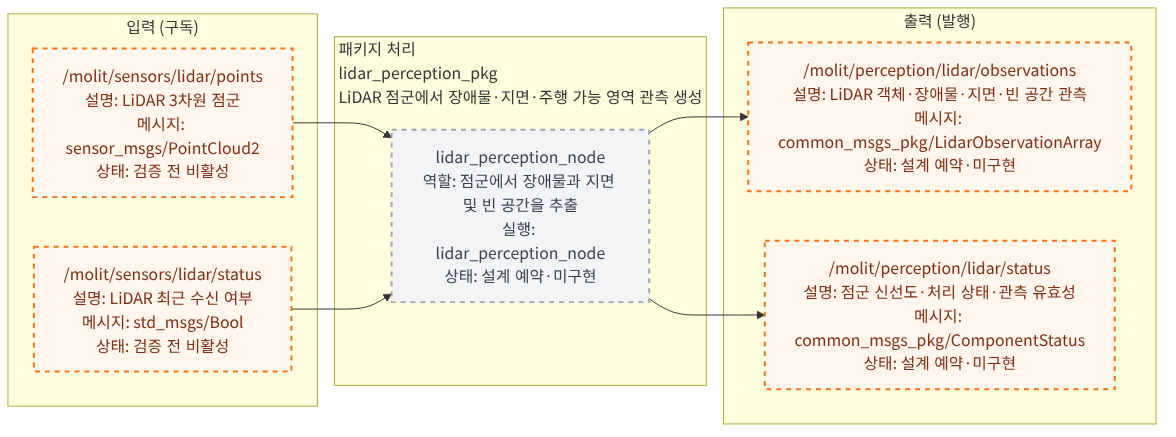
Earlier version of the Mermaid export src/lidar_perception_pkg/docs/interface_io.png (Team-Stier/Morai_Sim_team2). Its source is kept beside it as src/lidar_perception_pkg/docs/interface_io.mmd. Its diagram source:
```mermaid
flowchart LR
    classDef liveNode fill:#dcfce7,color:#14532d,stroke:#16a34a,stroke-width:2px;
    classDef reservedNode fill:#f3f4f6,color:#374151,stroke:#9ca3af,stroke-width:2px,stroke-dasharray: 5 5;
    classDef liveTopic fill:#dbeafe,color:#172554,stroke:#2563eb,stroke-width:2px;
    classDef reservedTopic fill:#fff7ed,color:#7c2d12,stroke:#f97316,stroke-width:2px,stroke-dasharray: 5 5;
    classDef emptyPort fill:#ffffff,color:#6b7280,stroke:#d1d5db,stroke-dasharray: 3 3;
    classDef externalEndpoint fill:#f3e8ff,color:#581c87,stroke:#9333ea,stroke-width:3px;

    subgraph INPUTS["입력 (구독)"]
        input_000["/molit/sensors/lidar/points<br/>설명: LiDAR 3차원 점군<br/>메시지: sensor_msgs/PointCloud2<br/>상태: 검증 전 비활성"]
        input_001["/molit/sensors/lidar/status<br/>설명: LiDAR 최근 수신 여부<br/>메시지: std_msgs/Bool<br/>상태: 검증 전 비활성"]
    end
    subgraph PACKAGE["패키지 처리<br/>lidar_perception_pkg<br/>LiDAR 점군에서 장애물·지면·주행 가능 영역 관측 생성"]
        local_node_000["lidar_perception_node<br/>역할: 점군에서 장애물과 지면 및 빈 공간을 추출<br/>실행: lidar_perception_node<br/>상태: 설계 예약·미구현"]
    end
    subgraph OUTPUTS["출력 (발행)"]
        output_000["/molit/perception/lidar/observations<br/>설명: LiDAR 객체·장애물·지면·빈 공간 관측<br/>메시지: common_msgs_pkg/LidarObservationArray<br/>상태: 설계 예약·미구현"]
        output_001["/molit/perception/lidar/status<br/>설명: 점군 신선도·처리 상태·관측 유효성<br/>메시지: common_msgs_pkg/ComponentStatus<br/>상태: 설계 예약·미구현"]
    end

    input_000 --> local_node_000
    input_001 --> local_node_000
    local_node_000 --> output_000
    local_node_000 --> output_001

    class local_node_000 reservedNode;
    class input_000 reservedTopic;
    class input_001 reservedTopic;
    class output_000 reservedTopic;
    class output_001 reservedTopic;
```
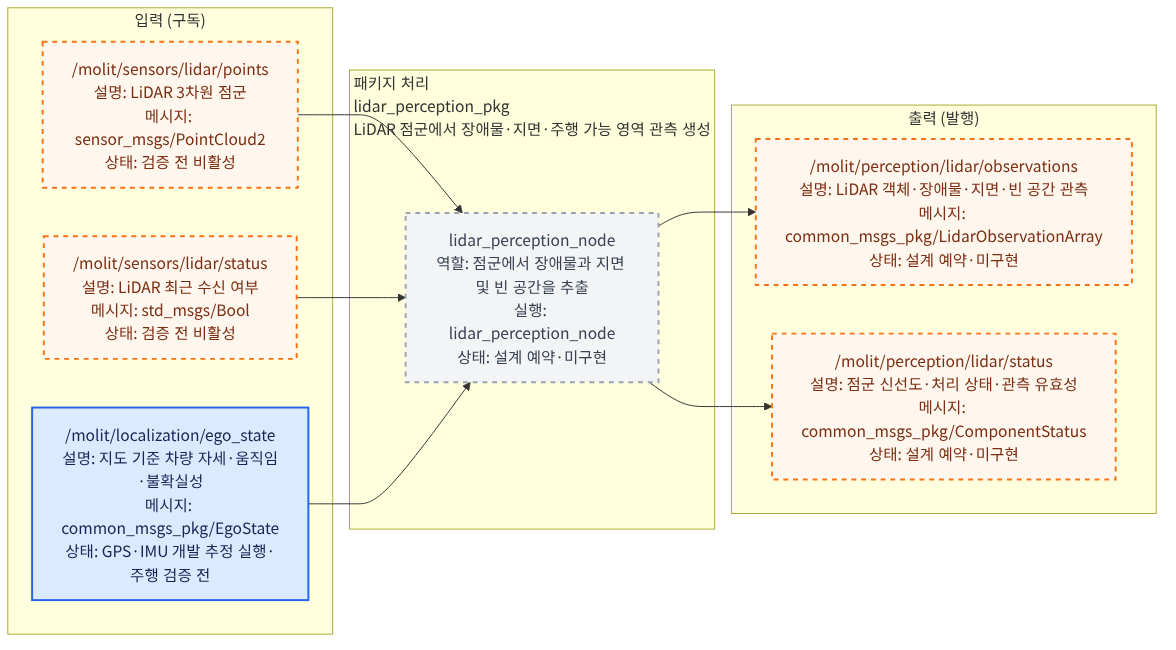
After the change.

Change to the diagram source:
```diff
@@ -9,6 +9,7 @@
     subgraph INPUTS["입력 (구독)"]
         input_000["/molit/sensors/lidar/points<br/>설명: LiDAR 3차원 점군<br/>메시지: sensor_msgs/PointCloud2<br/>상태: 검증 전 비활성"]
         input_001["/molit/sensors/lidar/status<br/>설명: LiDAR 최근 수신 여부<br/>메시지: std_msgs/Bool<br/>상태: 검증 전 비활성"]
+        input_002["/molit/localization/ego_state<br/>설명: 지도 기준 차량 자세·움직임·불확실성<br/>메시지: common_msgs_pkg/EgoState<br/>상태: GPS·IMU 개발 추정 실행·주행 검증 전"]
     end
     subgraph PACKAGE["패키지 처리<br/>lidar_perception_pkg<br/>LiDAR 점군에서 장애물·지면·주행 가능 영역 관측 생성"]
         local_node_000["lidar_perception_node<br/>역할: 점군에서 장애물과 지면 및 빈 공간을 추출<br/>실행: lidar_perception_node<br/>상태: 설계 예약·미구현"]
@@ -20,11 +21,13 @@
 
     input_000 --> local_node_000
     input_001 --> local_node_000
+    input_002 --> local_node_000
     local_node_000 --> output_000
     local_node_000 --> output_001
 
     class local_node_000 reservedNode;
     class input_000 reservedTopic;
     class input_001 reservedTopic;
+    class input_002 liveTopic;
     class output_000 reservedTopic;
     class output_001 reservedTopic;
```
